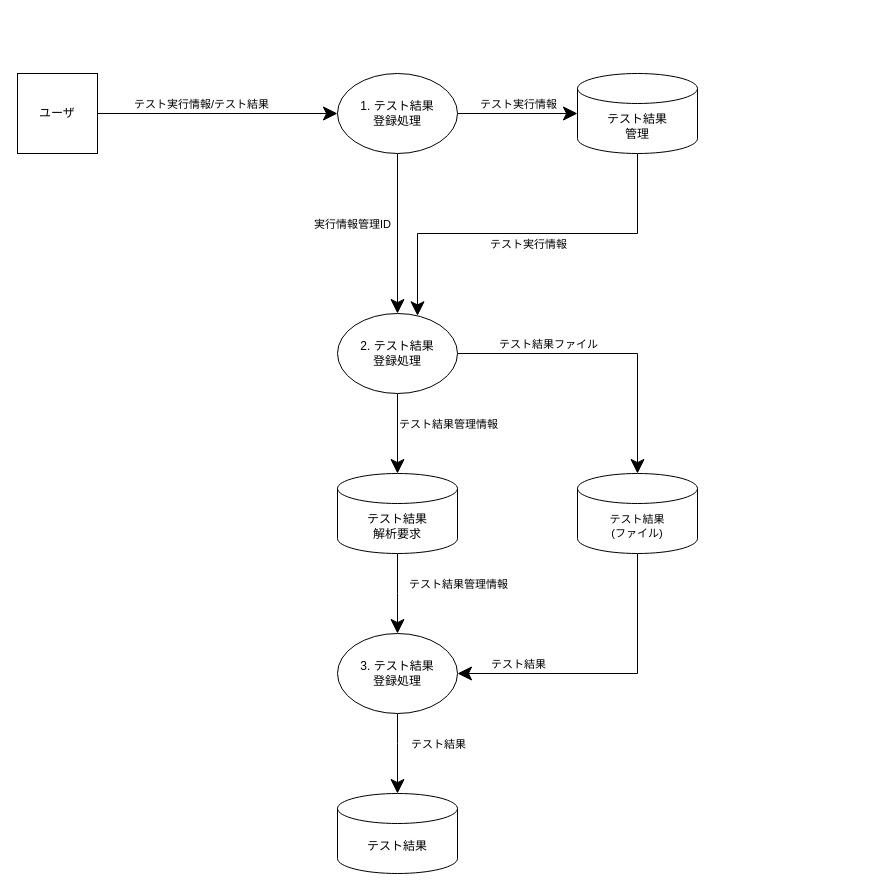
The draw.io diagram page "DFD" (3 of 4) of doc/design/system_structure.drawio in CountrySideEngineer/TestManagement, before the edit. Source tidied: cells renumbered, new cells numbered last; positions are measured from the earlier drawing's top-left corner, leaving out a move shared by most shapes. Both pictures are drawn from the tidied source at 100%, with x=0, y=0 at pixel (17, 73).
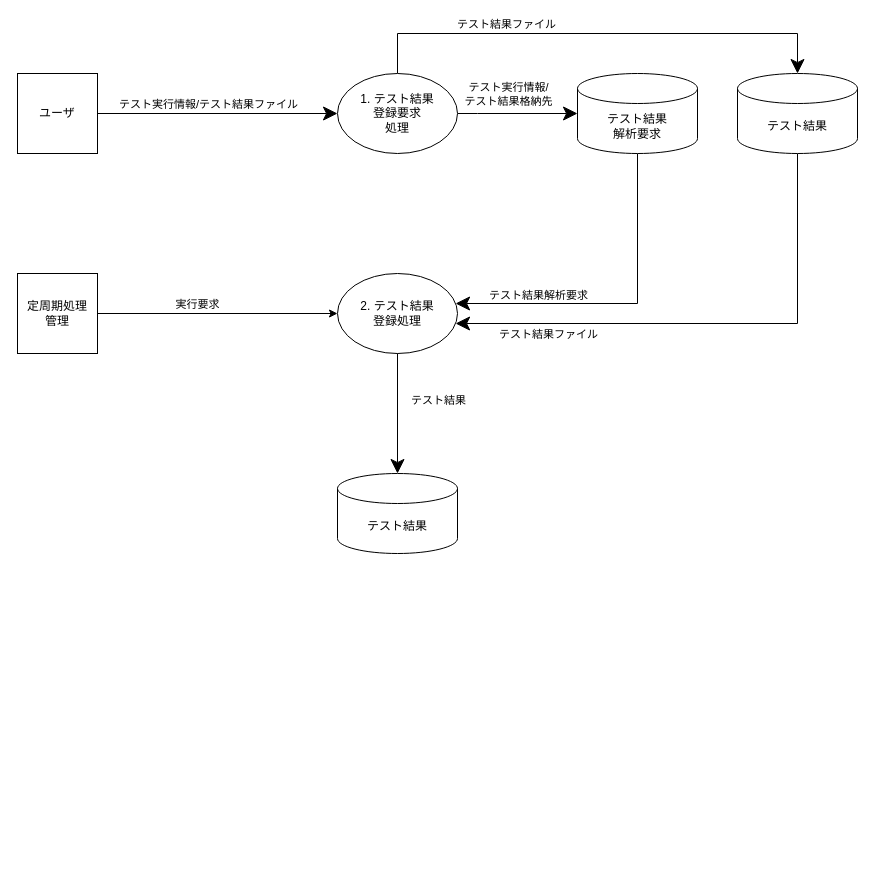
The same page after the edit.

Commit message:
Update system_structure.drawio. Update DFD about test result analysis and register.

Unchanged cells that the change refers to:
```xml
<mxCell id="4" value="ユーザ" style="rounded=0;whiteSpace=wrap;html=1;" parent="1" vertex="1">
  <mxGeometry width="80" height="80" as="geometry" />
</mxCell>
```

Diff of the diagram source:
```diff
@@
-    <mxCell id="2" style="edgeStyle=orthogonalEdgeStyle;shape=connector;rounded=0;jettySize=auto;html=1;strokeColor=default;align=center;verticalAlign=middle;fontFamily=Helvetica;fontSize=11;fontColor=default;labelBackgroundColor=default;endArrow=classic;endSize=12;" parent="1" edge="1" target="24">
-      <mxGeometry relative="1" as="geometry">
-        <mxPoint x="80" y="30" as="sourcePoint" />
-        <Array as="points">
-          <mxPoint x="80" y="40" />
-        </Array>
-      </mxGeometry>
+    <mxCell id="2" style="edgeStyle=orthogonalEdgeStyle;shape=connector;rounded=0;jettySize=auto;html=1;strokeColor=default;align=center;verticalAlign=middle;fontFamily=Helvetica;fontSize=11;fontColor=default;labelBackgroundColor=default;endArrow=classic;endSize=12;" parent="1" edge="1" source="4" target="24">
+      <mxGeometry relative="1" as="geometry" />
     </mxCell>
-    <mxCell id="3" value="テスト実行情報/テスト結果" style="edgeLabel;html=1;align=center;verticalAlign=middle;fontFamily=Helvetica;fontSize=11;fontColor=default;labelBackgroundColor=default;" parent="2" vertex="1">
+    <mxCell id="3" value="テスト実行情報/テスト結果ファイル" style="edgeLabel;html=1;align=center;verticalAlign=middle;fontFamily=Helvetica;fontSize=11;fontColor=default;labelBackgroundColor=default;" parent="2" vertex="1">
       <mxGeometry x="-0.32" y="-2" relative="1" as="geometry">
         <mxPoint x="28" y="-12" as="offset" />
       </mxGeometry>
     </mxCell>
@@
-    <mxCell id="5" style="edgeStyle=orthogonalEdgeStyle;rounded=0;jettySize=auto;html=1;endSize=12;" parent="1" edge="1" source="9" target="12">
-      <mxGeometry relative="1" as="geometry" />
-    </mxCell>
-    <mxCell id="6" value="テスト結果管理情報" style="edgeLabel;html=1;align=center;verticalAlign=middle;fontFamily=Helvetica;fontSize=11;fontColor=default;labelBackgroundColor=default;" parent="5" vertex="1">
-      <mxGeometry x="-0.53" y="3" relative="1" as="geometry">
-        <mxPoint x="47" y="11" as="offset" />
-      </mxGeometry>
-    </mxCell>
-    <mxCell id="7" style="edgeStyle=orthogonalEdgeStyle;shape=connector;rounded=0;jettySize=auto;html=1;strokeColor=default;align=center;verticalAlign=middle;fontFamily=Helvetica;fontSize=11;fontColor=default;labelBackgroundColor=default;endArrow=classic;endSize=12;" parent="1" edge="1" source="9" target="19">
-      <mxGeometry relative="1" as="geometry" />
-    </mxCell>
-    <mxCell id="8" value="テスト結果ファイル" style="edgeLabel;html=1;align=center;verticalAlign=middle;fontFamily=Helvetica;fontSize=11;fontColor=default;labelBackgroundColor=default;" parent="7" vertex="1">
-      <mxGeometry x="-0.24" y="-1" relative="1" as="geometry">
-        <mxPoint x="-24" y="-11" as="offset" />
-      </mxGeometry>
-    </mxCell>
     <mxCell id="9" value="2. テスト結果&lt;div&gt;登録処理&lt;/div&gt;" style="ellipse;whiteSpace=wrap;html=1;" parent="1" vertex="1">
-      <mxGeometry x="320" y="240" width="120" height="80" as="geometry" />
+      <mxGeometry x="320" y="200" width="120" height="80" as="geometry" />
     </mxCell>
-    <mxCell id="10" style="edgeStyle=orthogonalEdgeStyle;shape=connector;rounded=0;jettySize=auto;html=1;strokeColor=default;align=center;verticalAlign=middle;fontFamily=Helvetica;fontSize=11;fontColor=default;labelBackgroundColor=default;endArrow=classic;endSize=12;" parent="1" edge="1" source="12" target="15">
-      <mxGeometry relative="1" as="geometry">
-        <Array as="points">
-          <mxPoint x="380" y="520" />
-          <mxPoint x="380" y="520" />
-        </Array>
-      </mxGeometry>
-    </mxCell>
-    <mxCell id="11" value="テスト結果管理情報" style="edgeLabel;html=1;align=center;verticalAlign=middle;fontFamily=Helvetica;fontSize=11;fontColor=default;labelBackgroundColor=default;" parent="10" vertex="1">
-      <mxGeometry x="-0.45" relative="1" as="geometry">
-        <mxPoint x="60" y="8" as="offset" />
-      </mxGeometry>
-    </mxCell>
-    <mxCell id="12" value="テスト結果&lt;div&gt;解析要求&lt;/div&gt;" style="shape=cylinder3;whiteSpace=wrap;html=1;boundedLbl=1;backgroundOutline=1;size=15;" parent="1" vertex="1">
-      <mxGeometry x="320" y="400" width="120" height="80" as="geometry" />
-    </mxCell>
-    <mxCell id="13" style="edgeStyle=orthogonalEdgeStyle;shape=connector;rounded=0;jettySize=auto;html=1;strokeColor=default;align=center;verticalAlign=middle;fontFamily=Helvetica;fontSize=11;fontColor=default;labelBackgroundColor=default;endArrow=classic;endSize=12;" parent="1" edge="1" source="15" target="16">
-      <mxGeometry relative="1" as="geometry">
-        <Array as="points">
-          <mxPoint x="380" y="670" />
-          <mxPoint x="380" y="670" />
-        </Array>
-      </mxGeometry>
+    <mxCell id="13" style="edgeStyle=orthogonalEdgeStyle;shape=connector;rounded=0;jettySize=auto;html=1;strokeColor=default;align=center;verticalAlign=middle;fontFamily=Helvetica;fontSize=11;fontColor=default;labelBackgroundColor=default;endArrow=classic;endSize=12;" parent="1" edge="1" source="9" target="16">
+      <mxGeometry relative="1" as="geometry" />
     </mxCell>
@@
-    <mxCell id="15" value="3. テスト結果&lt;div&gt;登録処理&lt;/div&gt;" style="ellipse;whiteSpace=wrap;html=1;" parent="1" vertex="1">
-      <mxGeometry x="320" y="560" width="120" height="80" as="geometry" />
-    </mxCell>
     <mxCell id="16" value="テスト結果" style="shape=cylinder3;whiteSpace=wrap;html=1;boundedLbl=1;backgroundOutline=1;size=15;" parent="1" vertex="1">
-      <mxGeometry x="320" y="720" width="120" height="80" as="geometry" />
+      <mxGeometry x="320" y="400" width="120" height="80" as="geometry" />
     </mxCell>
-    <mxCell id="17" style="edgeStyle=orthogonalEdgeStyle;shape=connector;rounded=0;jettySize=auto;html=1;strokeColor=default;align=center;verticalAlign=middle;fontFamily=Helvetica;fontSize=11;fontColor=default;labelBackgroundColor=default;endArrow=classic;endSize=12;" parent="1" edge="1" source="19" target="15">
-      <mxGeometry relative="1" as="geometry">
-        <Array as="points">
-          <mxPoint x="620" y="600" />
-        </Array>
-      </mxGeometry>
-    </mxCell>
-    <mxCell id="18" value="テスト結果" style="edgeLabel;html=1;align=center;verticalAlign=middle;points=[];fontFamily=Helvetica;fontSize=11;fontColor=default;labelBackgroundColor=default;" parent="17" vertex="1">
-      <mxGeometry x="0.04" y="-1" relative="1" as="geometry">
-        <mxPoint x="-84" y="-9" as="offset" />
-      </mxGeometry>
-    </mxCell>
-    <mxCell id="19" value="テスト結果&lt;div&gt;(ファイル)&lt;/div&gt;" style="shape=cylinder3;whiteSpace=wrap;html=1;boundedLbl=1;backgroundOutline=1;size=15;fontFamily=Helvetica;fontSize=11;fontColor=default;labelBackgroundColor=default;" parent="1" vertex="1">
-      <mxGeometry x="560" y="400" width="120" height="80" as="geometry" />
-    </mxCell>
-    <mxCell id="20" style="edgeStyle=orthogonalEdgeStyle;shape=connector;rounded=0;jettySize=auto;html=1;strokeColor=default;align=center;verticalAlign=middle;fontFamily=Helvetica;fontSize=11;fontColor=default;labelBackgroundColor=default;endArrow=classic;endSize=12;" parent="1" edge="1" source="24" target="9">
-      <mxGeometry relative="1" as="geometry" />
-    </mxCell>
-    <mxCell id="21" value="実行情報管理ID" style="edgeLabel;html=1;align=center;verticalAlign=middle;fontFamily=Helvetica;fontSize=11;fontColor=default;labelBackgroundColor=default;" parent="20" vertex="1">
-      <mxGeometry x="0.03" y="5" relative="1" as="geometry">
-        <mxPoint x="-51" y="-12" as="offset" />
-      </mxGeometry>
-    </mxCell>
     <mxCell id="22" style="edgeStyle=orthogonalEdgeStyle;shape=connector;rounded=0;jettySize=auto;html=1;strokeColor=default;align=center;verticalAlign=middle;fontFamily=Helvetica;fontSize=11;fontColor=default;labelBackgroundColor=default;endArrow=classic;endSize=12;" parent="1" edge="1" source="24" target="27">
-      <mxGeometry relative="1" as="geometry" />
+      <mxGeometry relative="1" as="geometry">
+        <Array as="points">
+          <mxPoint x="460" y="40" />
+          <mxPoint x="460" y="40" />
+        </Array>
+      </mxGeometry>
     </mxCell>
-    <mxCell id="23" value="テスト実行情報" style="edgeLabel;html=1;align=center;verticalAlign=middle;fontFamily=Helvetica;fontSize=11;fontColor=default;labelBackgroundColor=default;" parent="22" vertex="1">
+    <mxCell id="23" value="テスト実行情報/&lt;div&gt;テスト結果格納先&lt;/div&gt;" style="edgeLabel;html=1;align=center;verticalAlign=middle;fontFamily=Helvetica;fontSize=11;fontColor=default;labelBackgroundColor=default;" parent="22" vertex="1">
       <mxGeometry x="-0.37" y="3" relative="1" as="geometry">
-        <mxPoint x="22" y="-7" as="offset" />
+        <mxPoint x="12" y="-17" as="offset" />
       </mxGeometry>
     </mxCell>
+    <mxCell id="28" style="edgeStyle=orthogonalEdgeStyle;rounded=0;jettySize=auto;html=1;endSize=12;" parent="1" edge="1" source="24" target="18">
+      <mxGeometry relative="1" as="geometry">
+        <Array as="points">
+          <mxPoint x="380" y="-40" />
+          <mxPoint x="780" y="-40" />
+        </Array>
+      </mxGeometry>
+    </mxCell>
+    <mxCell id="29" value="テスト結果ファイル" style="edgeLabel;html=1;align=center;verticalAlign=middle;" parent="28" vertex="1">
+      <mxGeometry x="-0.45" y="4" relative="1" as="geometry">
+        <mxPoint x="16" y="-6" as="offset" />
+      </mxGeometry>
+    </mxCell>
-    <mxCell id="24" value="1. テスト結果&lt;div&gt;登録処理&lt;/div&gt;" style="ellipse;whiteSpace=wrap;html=1;" parent="1" vertex="1">
+    <mxCell id="24" value="1. テスト結果&lt;div&gt;登録要求&lt;/div&gt;&lt;div&gt;処理&lt;/div&gt;" style="ellipse;whiteSpace=wrap;html=1;" parent="1" vertex="1">
       <mxGeometry x="320" width="120" height="80" as="geometry" />
     </mxCell>
-    <mxCell id="25" style="edgeStyle=orthogonalEdgeStyle;shape=connector;rounded=0;jettySize=auto;html=1;strokeColor=default;align=center;verticalAlign=middle;fontFamily=Helvetica;fontSize=11;fontColor=default;labelBackgroundColor=default;endArrow=classic;endSize=12;" parent="1" edge="1" source="27" target="9">
+    <mxCell id="25" style="edgeStyle=orthogonalEdgeStyle;rounded=0;jettySize=auto;html=1;endSize=12;" parent="1" edge="1" source="27" target="9">
       <mxGeometry relative="1" as="geometry">
         <Array as="points">
-          <mxPoint x="620" y="160" />
-          <mxPoint x="400" y="160" />
+          <mxPoint x="620" y="230" />
         </Array>
       </mxGeometry>
     </mxCell>
-    <mxCell id="26" value="テスト実行情報" style="edgeLabel;html=1;align=center;verticalAlign=middle;fontFamily=Helvetica;fontSize=11;fontColor=default;labelBackgroundColor=default;" parent="25" vertex="1">
-      <mxGeometry x="-0.23" y="2" relative="1" as="geometry">
-        <mxPoint x="-43" y="8" as="offset" />
-      </mxGeometry>
-    </mxCell>
+    <mxCell id="30" value="テスト結果解析要求" style="edgeLabel;html=1;align=center;verticalAlign=middle;" parent="25" vertex="1">
+      <mxGeometry x="-0.31" relative="1" as="geometry">
+        <mxPoint x="-100" y="26" as="offset" />
+      </mxGeometry>
+    </mxCell>
-    <mxCell id="27" value="テスト結果&lt;div&gt;管理&lt;/div&gt;" style="shape=cylinder3;whiteSpace=wrap;html=1;boundedLbl=1;backgroundOutline=1;size=15;" parent="1" vertex="1">
+    <mxCell id="27" value="テスト結果&lt;div&gt;解析要求&lt;/div&gt;" style="shape=cylinder3;whiteSpace=wrap;html=1;boundedLbl=1;backgroundOutline=1;size=15;" parent="1" vertex="1">
       <mxGeometry x="560" width="120" height="80" as="geometry" />
     </mxCell>
+    <mxCell id="31" style="edgeStyle=orthogonalEdgeStyle;rounded=0;jettySize=auto;html=1;endSize=12;" parent="1" edge="1" source="18" target="9">
+      <mxGeometry relative="1" as="geometry">
+        <Array as="points">
+          <mxPoint x="780" y="250" />
+        </Array>
+      </mxGeometry>
+    </mxCell>
+    <mxCell id="32" value="テスト結果ファイル" style="edgeLabel;html=1;align=center;verticalAlign=middle;" parent="31" vertex="1">
+      <mxGeometry x="0.16" y="3" relative="1" as="geometry">
+        <mxPoint x="-123" y="7" as="offset" />
+      </mxGeometry>
+    </mxCell>
+    <mxCell id="18" value="テスト結果" style="shape=cylinder3;whiteSpace=wrap;html=1;boundedLbl=1;backgroundOutline=1;size=15;" parent="1" vertex="1">
+      <mxGeometry x="720" width="120" height="80" as="geometry" />
+    </mxCell>
+    <mxCell id="33" style="edgeStyle=orthogonalEdgeStyle;rounded=0;jettySize=auto;html=1;" parent="1" edge="1" source="35" target="9">
+      <mxGeometry relative="1" as="geometry" />
+    </mxCell>
+    <mxCell id="34" value="実行要求" style="edgeLabel;html=1;align=center;verticalAlign=middle;" parent="33" vertex="1">
+      <mxGeometry x="-0.33" y="-1" relative="1" as="geometry">
+        <mxPoint x="19" y="-11" as="offset" />
+      </mxGeometry>
+    </mxCell>
+    <mxCell id="35" value="定周期処理&lt;div&gt;管理&lt;/div&gt;" style="rounded=0;whiteSpace=wrap;html=1;" parent="1" vertex="1">
+      <mxGeometry y="200" width="80" height="80" as="geometry" />
+    </mxCell>
```
